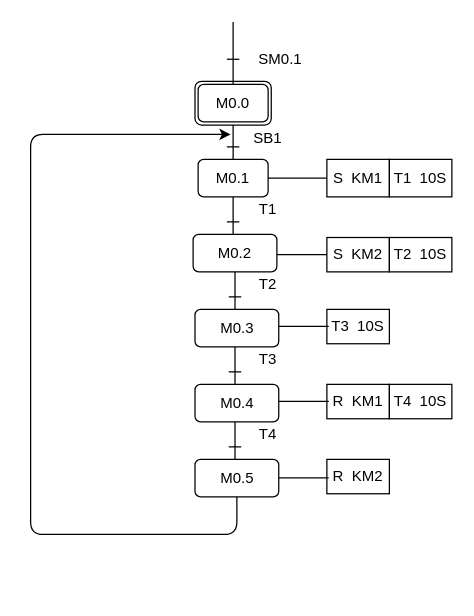
The draw.io diagram Untitled Diagram.drawio in Winston9n78/Web, before the edit. Source tidied: cells renumbered, new cells numbered last; positions are measured from the earlier drawing's top-left corner, leaving out a move shared by most shapes. Both pictures are drawn from the tidied source at 125%, with x=0, y=0 at pixel (30, 21).
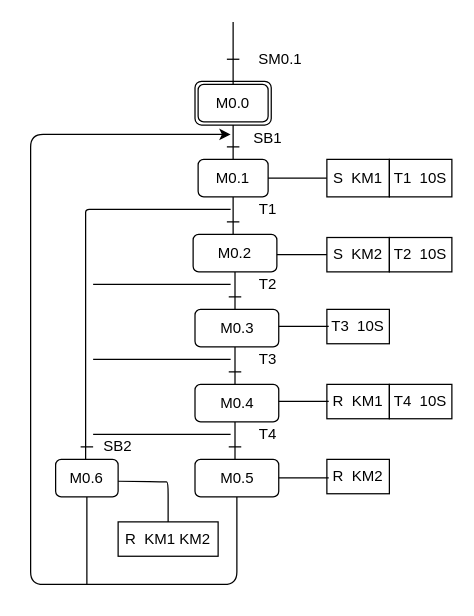
The same page after the edit.

Unchanged cells that the change refers to:
```xml
<mxCell id="3" value="M0.0" style="rounded=1;whiteSpace=wrap;html=1;" parent="1" vertex="1">
  <mxGeometry x="134" y="50" width="56" height="30" as="geometry" />
</mxCell>
<mxCell id="32" value="M0.5" style="rounded=1;whiteSpace=wrap;html=1;" parent="1" vertex="1">
  <mxGeometry x="131.5" y="350" width="67" height="30" as="geometry" />
</mxCell>
```

What changed in the source:
```diff
@@
-    <mxCell id="4" style="endArrow=none;html=1;entryX=0.5;entryY=0;entryDx=0;entryDy=0;" parent="1" edge="1" target="3">
+    <mxCell id="4" style="endArrow=none;html=1;" parent="1" edge="1">
       <mxGeometry relative="1" as="geometry">
         <mxPoint x="162" as="sourcePoint" />
+        <mxPoint x="162" y="50" as="targetPoint" />
+        <Array as="points">
+          <mxPoint x="162" y="40" />
+        </Array>
       </mxGeometry>
     </mxCell>
@@
     <mxCell id="40" style="endArrow=classic;html=1;exitX=0.5;exitY=1;exitDx=0;exitDy=0;" parent="1" edge="1" source="32">
       <mxGeometry relative="1" as="geometry">
         <mxPoint x="160" y="90" as="targetPoint" />
         <Array as="points">
           <mxPoint x="165" y="410" />
+          <mxPoint x="165" y="450" />
+          <mxPoint x="120" y="450" />
+          <mxPoint y="450" />
           <mxPoint y="410" />
           <mxPoint y="90" />
         </Array>
       </mxGeometry>
     </mxCell>
+    <mxCell id="41" value="M0.6" style="rounded=1;whiteSpace=wrap;html=1;" parent="1" vertex="1">
+      <mxGeometry x="20" y="350" width="50" height="30" as="geometry" />
+    </mxCell>
+    <mxCell id="42" style="endArrow=none;html=1;" parent="1" edge="1">
+      <mxGeometry relative="1" as="geometry">
+        <mxPoint x="44" y="350" as="sourcePoint" />
+        <mxPoint x="160" y="150" as="targetPoint" />
+        <Array as="points">
+          <mxPoint x="44" y="320" />
+          <mxPoint x="44" y="160" />
+          <mxPoint x="44" y="150" />
+          <mxPoint x="50" y="150" />
+        </Array>
+      </mxGeometry>
+    </mxCell>
+    <mxCell id="43" style="endArrow=none;html=1;" parent="1" edge="1">
+      <mxGeometry relative="1" as="geometry">
+        <mxPoint x="50" y="210" as="sourcePoint" />
+        <mxPoint x="160" y="210" as="targetPoint" />
+      </mxGeometry>
+    </mxCell>
+    <mxCell id="44" style="endArrow=none;html=1;" parent="1" edge="1">
+      <mxGeometry relative="1" as="geometry">
+        <mxPoint x="50" y="270" as="sourcePoint" />
+        <mxPoint x="160" y="270" as="targetPoint" />
+      </mxGeometry>
+    </mxCell>
+    <mxCell id="45" style="endArrow=none;html=1;" parent="1" edge="1">
+      <mxGeometry relative="1" as="geometry">
+        <mxPoint x="50" y="330" as="sourcePoint" />
+        <mxPoint x="160" y="330" as="targetPoint" />
+      </mxGeometry>
+    </mxCell>
+    <mxCell id="46" style="endArrow=none;html=1;" parent="1" edge="1">
+      <mxGeometry relative="1" as="geometry">
+        <mxPoint x="40" y="340" as="sourcePoint" />
+        <mxPoint x="50" y="340" as="targetPoint" />
+      </mxGeometry>
+    </mxCell>
+    <mxCell id="47" value="SB2" style="text;html=1;strokeColor=none;fillColor=none;align=center;verticalAlign=middle;whiteSpace=wrap;rounded=0;" parent="1" vertex="1">
+      <mxGeometry x="50" y="330" width="40" height="20" as="geometry" />
+    </mxCell>
+    <mxCell id="48" value="R&amp;nbsp; KM1 KM2" style="rounded=0;whiteSpace=wrap;html=1;" parent="1" vertex="1">
+      <mxGeometry x="70" y="400" width="80" height="27.5" as="geometry" />
+    </mxCell>
+    <mxCell id="49" style="endArrow=none;html=1;entryX=0.5;entryY=1;entryDx=0;entryDy=0;" parent="1" edge="1" target="41">
+      <mxGeometry relative="1" as="geometry">
+        <mxPoint x="45" y="450" as="sourcePoint" />
+      </mxGeometry>
+    </mxCell>
+    <mxCell id="50" style="endArrow=none;html=1;entryX=0.5;entryY=0;entryDx=0;entryDy=0;" parent="1" edge="1" target="48">
+      <mxGeometry relative="1" as="geometry">
+        <mxPoint x="70" y="367.5" as="sourcePoint" />
+        <Array as="points">
+          <mxPoint x="105" y="368" />
+          <mxPoint x="110" y="368" />
+        </Array>
+      </mxGeometry>
+    </mxCell>
```
